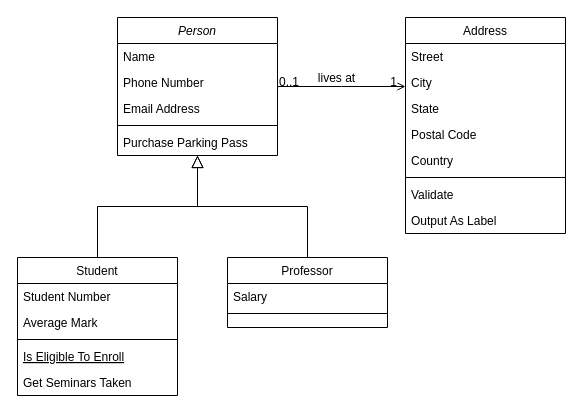
xmichael446/Diagrams keeps this draw.io diagram as Untitled Diagram.drawio. Above is the earlier version. Source tidied: cells renumbered, new cells numbered last; positions are measured from the earlier drawing's top-left corner, leaving out a move shared by most shapes. Both pictures are drawn from the tidied source at 100%, with x=0, y=0 at pixel (17, 17).
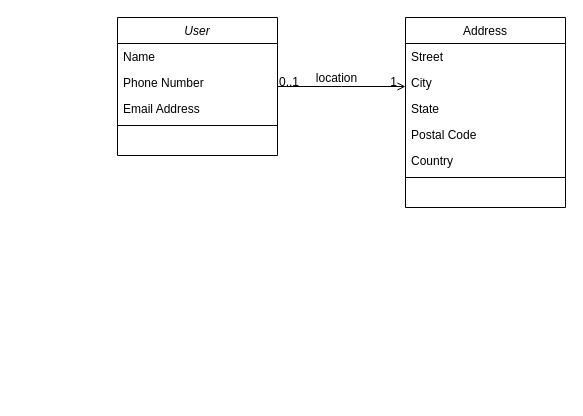
The same diagram, later.

The change refers to these unchanged cells:
```xml
<mxCell id="28" style="endArrow=open;shadow=0;strokeWidth=1;rounded=0;endFill=1;edgeStyle=elbowEdgeStyle;elbow=vertical;" parent="1" edge="1" source="2" target="19">
  <mxGeometry x="0.5" y="41" relative="1" as="geometry">
    <mxPoint x="-40" y="32" as="offset" />
  </mxGeometry>
</mxCell>
```

Change to the diagram source:
```diff
@@
-    <mxCell id="2" value="Person" style="swimlane;fontStyle=2;align=center;verticalAlign=top;horizontal=1;startSize=26;rounded=0;shadow=0;strokeWidth=1;" parent="1" vertex="1">
+    <mxCell id="2" value="User" style="swimlane;fontStyle=2;align=center;verticalAlign=top;horizontal=1;startSize=26;rounded=0;shadow=0;strokeWidth=1;" parent="1" vertex="1">
       <mxGeometry x="100" width="160" height="138" as="geometry" />
     </mxCell>
@@
-    <mxCell id="7" value="Purchase Parking Pass" style="text;align=left;verticalAlign=top;spacingLeft=4;spacingRight=4;overflow=hidden;" parent="2" vertex="1">
-      <mxGeometry y="112" width="160" height="26" as="geometry" />
-    </mxCell>
-    <mxCell id="8" value="Student" style="swimlane;fontStyle=0;align=center;verticalAlign=top;horizontal=1;startSize=26;rounded=0;shadow=0;strokeWidth=1;" parent="1" vertex="1">
-      <mxGeometry y="240" width="160" height="138" as="geometry" />
-    </mxCell>
-    <mxCell id="9" value="Student Number" style="text;align=left;verticalAlign=top;spacingLeft=4;spacingRight=4;overflow=hidden;" parent="8" vertex="1">
-      <mxGeometry y="26" width="160" height="26" as="geometry" />
-    </mxCell>
-    <mxCell id="10" value="Average Mark" style="text;align=left;verticalAlign=top;spacingLeft=4;spacingRight=4;overflow=hidden;rounded=0;shadow=0;html=0;" parent="8" vertex="1">
-      <mxGeometry y="52" width="160" height="26" as="geometry" />
-    </mxCell>
-    <mxCell id="11" style="line;html=1;strokeWidth=1;align=left;verticalAlign=middle;spacingTop=-1;spacingLeft=3;spacingRight=3;labelPosition=right;" parent="8" vertex="1">
-      <mxGeometry y="78" width="160" height="8" as="geometry" />
-    </mxCell>
-    <mxCell id="12" value="Is Eligible To Enroll" style="text;align=left;verticalAlign=top;spacingLeft=4;spacingRight=4;overflow=hidden;fontStyle=4;" parent="8" vertex="1">
-      <mxGeometry y="86" width="160" height="26" as="geometry" />
-    </mxCell>
-    <mxCell id="13" value="Get Seminars Taken" style="text;align=left;verticalAlign=top;spacingLeft=4;spacingRight=4;overflow=hidden;" parent="8" vertex="1">
-      <mxGeometry y="112" width="160" height="26" as="geometry" />
-    </mxCell>
-    <mxCell id="14" style="endArrow=block;endSize=10;endFill=0;shadow=0;strokeWidth=1;rounded=0;edgeStyle=elbowEdgeStyle;elbow=vertical;" parent="1" edge="1" source="8" target="2">
-      <mxGeometry relative="1" as="geometry" />
-    </mxCell>
-    <mxCell id="15" value="Professor" style="swimlane;fontStyle=0;align=center;verticalAlign=top;horizontal=1;startSize=26;rounded=0;shadow=0;strokeWidth=1;" parent="1" vertex="1">
-      <mxGeometry x="210" y="240" width="160" height="70" as="geometry" />
-    </mxCell>
-    <mxCell id="16" value="Salary" style="text;align=left;verticalAlign=top;spacingLeft=4;spacingRight=4;overflow=hidden;" parent="15" vertex="1">
-      <mxGeometry y="26" width="160" height="26" as="geometry" />
-    </mxCell>
-    <mxCell id="17" style="line;html=1;strokeWidth=1;align=left;verticalAlign=middle;spacingTop=-1;spacingLeft=3;spacingRight=3;labelPosition=right;" parent="15" vertex="1">
-      <mxGeometry y="52" width="160" height="8" as="geometry" />
-    </mxCell>
-    <mxCell id="18" style="endArrow=block;endSize=10;endFill=0;shadow=0;strokeWidth=1;rounded=0;edgeStyle=elbowEdgeStyle;elbow=vertical;" parent="1" edge="1" source="15" target="2">
-      <mxGeometry relative="1" as="geometry" />
-    </mxCell>
     <mxCell id="19" value="Address" style="swimlane;fontStyle=0;align=center;verticalAlign=top;horizontal=1;startSize=26;rounded=0;shadow=0;strokeWidth=1;" parent="1" vertex="1">
-      <mxGeometry x="388" width="160" height="216" as="geometry" />
+      <mxGeometry x="388" width="160" height="190" as="geometry" />
     </mxCell>
@@
-    <mxCell id="26" value="Validate" style="text;align=left;verticalAlign=top;spacingLeft=4;spacingRight=4;overflow=hidden;" parent="19" vertex="1">
-      <mxGeometry y="164" width="160" height="26" as="geometry" />
-    </mxCell>
-    <mxCell id="27" value="Output As Label" style="text;align=left;verticalAlign=top;spacingLeft=4;spacingRight=4;overflow=hidden;" parent="19" vertex="1">
-      <mxGeometry y="190" width="160" height="26" as="geometry" />
-    </mxCell>
@@
-    <mxCell id="31" value="lives at" style="text;html=1;align=center;verticalAlign=middle;labelBackgroundColor=none;rounded=0;shadow=0;strokeWidth=1;fontSize=12;" parent="28" vertex="1">
+    <mxCell id="31" value="&lt;div&gt;location&lt;/div&gt;" style="text;html=1;align=center;verticalAlign=middle;labelBackgroundColor=none;rounded=0;shadow=0;strokeWidth=1;fontSize=12;" parent="28" vertex="1">
       <mxGeometry x="0.5" y="49" relative="1" as="geometry">
         <mxPoint x="-38" y="40" as="offset" />
       </mxGeometry>
     </mxCell>
```
